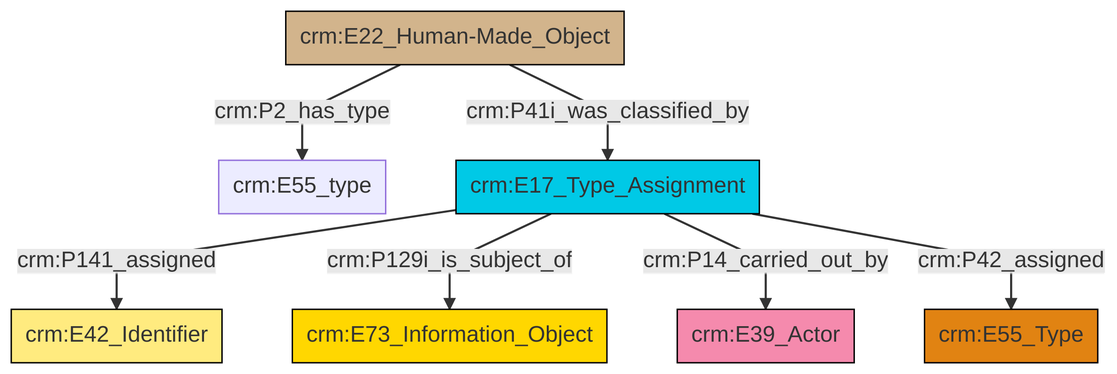
Above: et/builtWorkCSV/ttl/mmd/png/Built_Work_designation_status.png in swiss-art-research-net/docs.swissartresearch (Mermaid), before the change. Its source is kept beside it as et/builtWorkCSV/ttl/mmd/Built_Work_designation_status.ttl.mmd.
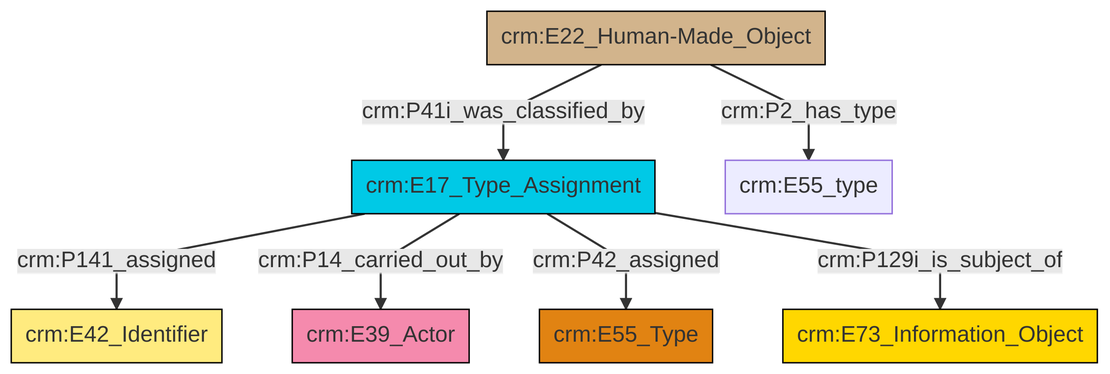
The same diagram one commit later.

The edit, as a diff of the source:
```diff
@@ -13,9 +13,9 @@
 classDef PC_Classes fill:#4ce600, stroke:#000000;
 classDef Multi fill:#cccccc,stroke:#000000;
 
-0["crm:E22_Human-Made_Object"]:::Physical_Thing -->|crm:P2_has_type| 1["crm:E55_type"]:::Default
-0["crm:E22_Human-Made_Object"]:::Physical_Thing -->|crm:P41i_was_classified_by| 3["crm:E17_Type_Assignment"]:::Temporal_Entity
-3["crm:E17_Type_Assignment"]:::Temporal_Entity -->|crm:P141_assigned| 4["crm:E42_Identifier"]:::Appellation
-3["crm:E17_Type_Assignment"]:::Temporal_Entity -->|crm:P129i_is_subject_of| 5["crm:E73_Information_Object"]:::Conceptual_Object
-3["crm:E17_Type_Assignment"]:::Temporal_Entity -->|crm:P14_carried_out_by| 6["crm:E39_Actor"]:::Actor
-3["crm:E17_Type_Assignment"]:::Temporal_Entity -->|crm:P42_assigned| 10["crm:E55_Type"]:::Type
+4["crm:E17_Type_Assignment"]:::Temporal_Entity -->|crm:P141_assigned| 5["crm:E42_Identifier"]:::Appellation
+4["crm:E17_Type_Assignment"]:::Temporal_Entity -->|crm:P14_carried_out_by| 2["crm:E39_Actor"]:::Actor
+0["crm:E22_Human-Made_Object"]:::Physical_Thing -->|crm:P41i_was_classified_by| 4["crm:E17_Type_Assignment"]:::Temporal_Entity
+0["crm:E22_Human-Made_Object"]:::Physical_Thing -->|crm:P2_has_type| 10["crm:E55_type"]:::Default
+4["crm:E17_Type_Assignment"]:::Temporal_Entity -->|crm:P42_assigned| 12["crm:E55_Type"]:::Type
+4["crm:E17_Type_Assignment"]:::Temporal_Entity -->|crm:P129i_is_subject_of| 6["crm:E73_Information_Object"]:::Conceptual_Object
```
